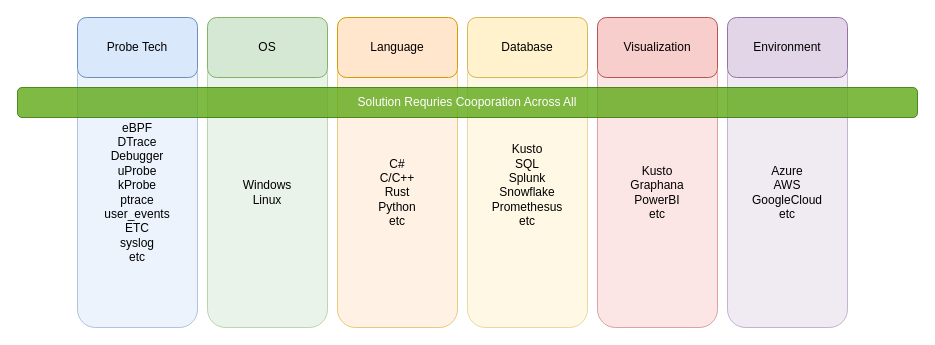
Earlier version of the draw.io diagram docs/Architecture/Diagrams/ChallengeMatrix.drawio (microsoft/DynamicTelemetry). Source tidied: cells renumbered, new cells numbered last; positions are measured from the earlier drawing's top-left corner, leaving out a move shared by most shapes. Both pictures are drawn from the tidied source at 100%, with x=0, y=0 at pixel (17, 17).
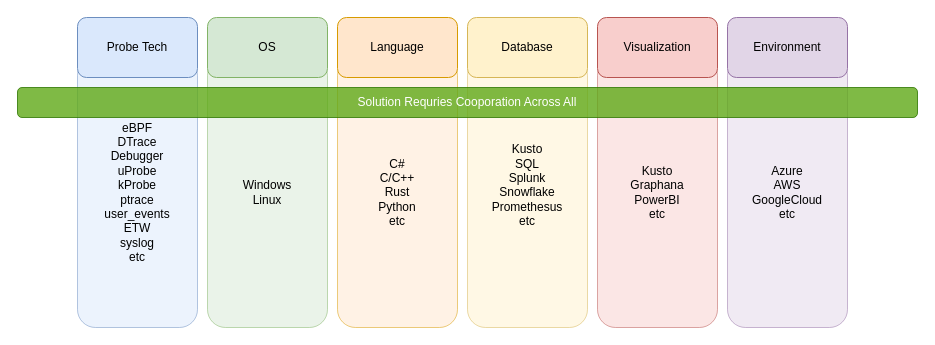
The same page after the edit.

Change to the diagram source:
```diff
@@
 <mxGraphModel>
   <root>
     <mxCell id="0" />
     <mxCell id="1" parent="0" />
-    <mxCell id="2" value="&lt;div&gt;&lt;span style=&quot;background-color: transparent; color: light-dark(rgb(0, 0, 0), rgb(255, 255, 255));&quot;&gt;eBPF&lt;/span&gt;&lt;br&gt;&lt;/div&gt;&lt;div&gt;DTrace&lt;/div&gt;&lt;div&gt;Debugger&lt;/div&gt;&lt;div&gt;uProbe&lt;/div&gt;&lt;div&gt;kProbe&lt;/div&gt;&lt;div&gt;ptrace&lt;/div&gt;&lt;div&gt;user_events&lt;/div&gt;&lt;div&gt;ETC&lt;/div&gt;&lt;div&gt;syslog&lt;/div&gt;&lt;div&gt;etc&lt;/div&gt;" style="rounded=1;whiteSpace=wrap;html=1;fillColor=#dae8fc;strokeColor=#6c8ebf;opacity=50;" parent="1" vertex="1">
+    <mxCell id="2" value="&lt;div&gt;&lt;span style=&quot;background-color: transparent; color: light-dark(rgb(0, 0, 0), rgb(255, 255, 255));&quot;&gt;eBPF&lt;/span&gt;&lt;br&gt;&lt;/div&gt;&lt;div&gt;DTrace&lt;/div&gt;&lt;div&gt;Debugger&lt;/div&gt;&lt;div&gt;uProbe&lt;/div&gt;&lt;div&gt;kProbe&lt;/div&gt;&lt;div&gt;ptrace&lt;/div&gt;&lt;div&gt;user_events&lt;/div&gt;&lt;div&gt;ETW&lt;/div&gt;&lt;div&gt;syslog&lt;/div&gt;&lt;div&gt;etc&lt;/div&gt;" style="rounded=1;whiteSpace=wrap;html=1;fillColor=#dae8fc;strokeColor=#6c8ebf;opacity=50;" parent="1" vertex="1">
       <mxGeometry x="60" y="40" width="120" height="270" as="geometry" />
     </mxCell>
     <mxCell id="3" value="Windows&lt;div&gt;Linux&lt;/div&gt;" style="rounded=1;whiteSpace=wrap;html=1;fillColor=#d5e8d4;strokeColor=#82b366;opacity=50;" parent="1" vertex="1">
       <mxGeometry x="190" y="40" width="120" height="270" as="geometry" />
     </mxCell>
     <mxCell id="4" value="C#&lt;div&gt;C/C++&lt;/div&gt;&lt;div&gt;Rust&lt;/div&gt;&lt;div&gt;Python&lt;/div&gt;&lt;div&gt;etc&lt;/div&gt;" style="rounded=1;whiteSpace=wrap;html=1;fillColor=#ffe6cc;strokeColor=#d79b00;opacity=50;" parent="1" vertex="1">
       <mxGeometry x="320" y="40" width="120" height="270" as="geometry" />
     </mxCell>
     <mxCell id="5" value="Kusto&lt;div&gt;SQL&lt;/div&gt;&lt;div&gt;Splunk&lt;/div&gt;&lt;div&gt;Snowflake&lt;/div&gt;&lt;div&gt;Promethesus&lt;/div&gt;&lt;div&gt;etc&lt;/div&gt;&lt;div&gt;&lt;br&gt;&lt;/div&gt;" style="rounded=1;whiteSpace=wrap;html=1;fillColor=#fff2cc;strokeColor=#d6b656;opacity=50;" parent="1" vertex="1">
       <mxGeometry x="450" y="40" width="120" height="270" as="geometry" />
     </mxCell>
     <mxCell id="6" value="Kusto&lt;div&gt;Graphana&lt;/div&gt;&lt;div&gt;PowerBI&lt;/div&gt;&lt;div&gt;etc&lt;/div&gt;" style="rounded=1;whiteSpace=wrap;html=1;fillColor=#f8cecc;strokeColor=#b85450;opacity=50;" parent="1" vertex="1">
       <mxGeometry x="580" y="40" width="120" height="270" as="geometry" />
     </mxCell>
     <mxCell id="7" value="Azure&lt;div&gt;AWS&lt;/div&gt;&lt;div&gt;GoogleCloud&lt;/div&gt;&lt;div&gt;etc&lt;/div&gt;" style="rounded=1;whiteSpace=wrap;html=1;fillColor=#e1d5e7;strokeColor=#9673a6;opacity=50;" parent="1" vertex="1">
       <mxGeometry x="710" y="40" width="120" height="270" as="geometry" />
     </mxCell>
     <mxCell id="8" value="Solution Requries Cooporation Across All" style="rounded=1;whiteSpace=wrap;html=1;fillColor=#60a917;fontColor=#ffffff;strokeColor=#2D7600;opacity=80;" parent="1" vertex="1">
       <mxGeometry y="70" width="900" height="30" as="geometry" />
     </mxCell>
     <mxCell id="9" value="Probe Tech" style="rounded=1;whiteSpace=wrap;html=1;fillColor=#dae8fc;strokeColor=#6c8ebf;" parent="1" vertex="1">
       <mxGeometry x="60" width="120" height="60" as="geometry" />
     </mxCell>
     <mxCell id="10" value="OS" style="rounded=1;whiteSpace=wrap;html=1;fillColor=#d5e8d4;strokeColor=#82b366;" parent="1" vertex="1">
       <mxGeometry x="190" width="120" height="60" as="geometry" />
     </mxCell>
     <mxCell id="11" value="Language" style="rounded=1;whiteSpace=wrap;html=1;fillColor=#ffe6cc;strokeColor=#d79b00;" parent="1" vertex="1">
       <mxGeometry x="320" width="120" height="60" as="geometry" />
     </mxCell>
     <mxCell id="12" value="Database" style="rounded=1;whiteSpace=wrap;html=1;fillColor=#fff2cc;strokeColor=#d6b656;" parent="1" vertex="1">
       <mxGeometry x="450" width="120" height="60" as="geometry" />
     </mxCell>
     <mxCell id="13" value="Visualization" style="rounded=1;whiteSpace=wrap;html=1;fillColor=#f8cecc;strokeColor=#b85450;" parent="1" vertex="1">
       <mxGeometry x="580" width="120" height="60" as="geometry" />
     </mxCell>
     <mxCell id="14" value="Environment" style="rounded=1;whiteSpace=wrap;html=1;fillColor=#e1d5e7;strokeColor=#9673a6;" parent="1" vertex="1">
       <mxGeometry x="710" width="120" height="60" as="geometry" />
     </mxCell>
   </root>
 </mxGraphModel>
```
